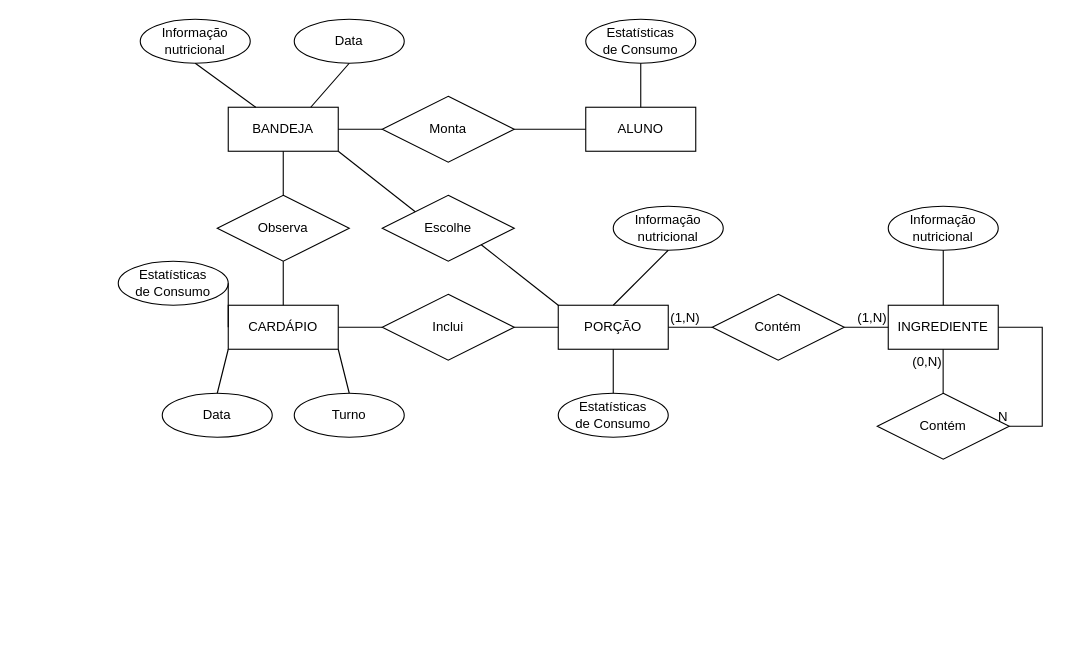
Before: lab02/extra/lab02_ER.drawio in uniaovasko/vasco, a draw.io diagram. Source tidied: cells renumbered, new cells numbered last; positions are measured from the earlier drawing's top-left corner, leaving out a move shared by most shapes. Both pictures are drawn from the tidied source at 110%, with x=0, y=0 at pixel (118, 19).
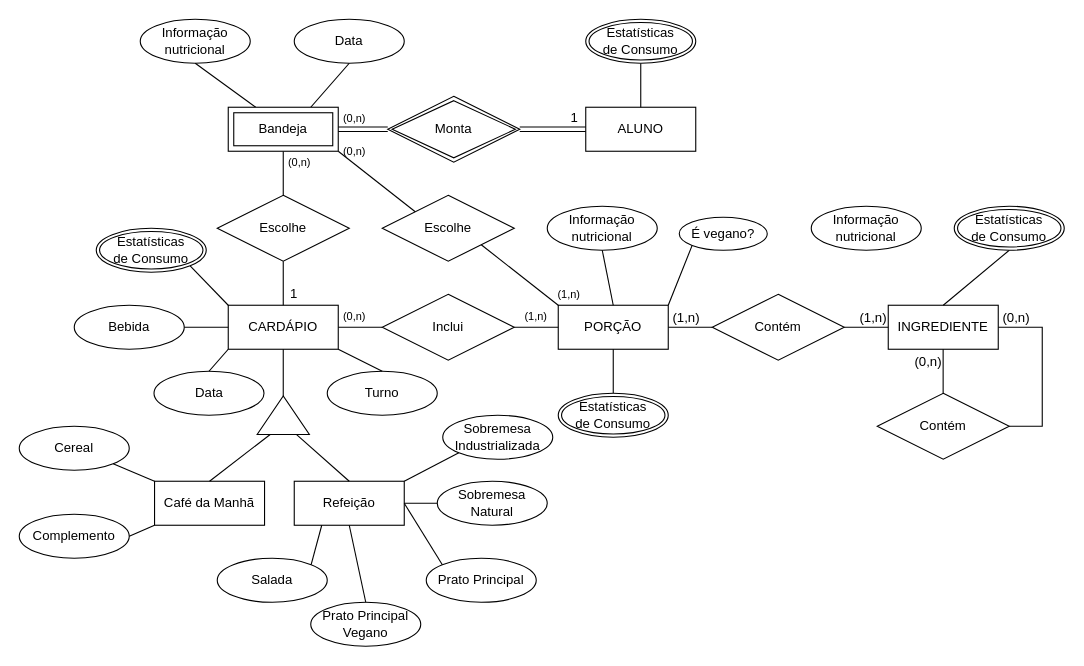
The same diagram, later.

Unchanged cells that the change refers to:
```xml
<mxCell id="2" value="CARDÁPIO" style="whiteSpace=wrap;html=1;align=center;" parent="1" vertex="1">
  <mxGeometry x="100" y="260" width="100" height="40" as="geometry" />
</mxCell>
<mxCell id="4" value="ALUNO" style="whiteSpace=wrap;html=1;align=center;" parent="1" vertex="1">
  <mxGeometry x="425" y="80" width="100" height="40" as="geometry" />
</mxCell>
<mxCell id="5" value="PORÇÃO" style="whiteSpace=wrap;html=1;align=center;" parent="1" vertex="1">
  <mxGeometry x="400" y="260" width="100" height="40" as="geometry" />
</mxCell>
<mxCell id="6" value="INGREDIENTE" style="whiteSpace=wrap;html=1;align=center;" parent="1" vertex="1">
  <mxGeometry x="700" y="260" width="100" height="40" as="geometry" />
</mxCell>
<mxCell id="8" style="endArrow=none;html=1;rounded=0;exitX=1;exitY=0.5;exitDx=0;exitDy=0;entryX=0;entryY=0.5;entryDx=0;entryDy=0;" parent="1" edge="1" source="7" target="6">
  <mxGeometry relative="1" as="geometry">
    <Array as="points">
      <mxPoint x="690" y="280" />
    </Array>
  </mxGeometry>
</mxCell>
<mxCell id="10" style="endArrow=none;html=1;rounded=0;exitX=0;exitY=0.5;exitDx=0;exitDy=0;entryX=1;entryY=0.5;entryDx=0;entryDy=0;" parent="1" edge="1" source="7" target="5">
  <mxGeometry relative="1" as="geometry" />
</mxCell>
<mxCell id="13" style="endArrow=none;html=1;rounded=0;exitX=1;exitY=0.5;exitDx=0;exitDy=0;entryX=1;entryY=0.5;entryDx=0;entryDy=0;" parent="1" edge="1" source="6" target="12">
  <mxGeometry relative="1" as="geometry">
    <Array as="points">
      <mxPoint x="840" y="280" />
      <mxPoint x="840" y="370" />
    </Array>
  </mxGeometry>
</mxCell>
<mxCell id="15" style="endArrow=none;html=1;rounded=0;exitX=0.5;exitY=0;exitDx=0;exitDy=0;entryX=0.5;entryY=1;entryDx=0;entryDy=0;" parent="1" edge="1">
  <mxGeometry relative="1" as="geometry">
    <mxPoint x="749.9" y="340" as="sourcePoint" />
    <mxPoint x="749.9" y="300" as="targetPoint" />
  </mxGeometry>
</mxCell>
<mxCell id="38" value="Escolhe" style="shape=rhombus;perimeter=rhombusPerimeter;whiteSpace=wrap;html=1;align=center;" parent="1" vertex="1">
  <mxGeometry x="240" y="160" width="120" height="60" as="geometry" />
</mxCell>
<mxCell id="43" value="Informação nutricional" style="ellipse;whiteSpace=wrap;html=1;align=center;" parent="1" vertex="1">
  <mxGeometry x="20" width="100" height="40" as="geometry" />
</mxCell>
<mxCell id="44" value="Data" style="ellipse;whiteSpace=wrap;html=1;align=center;" parent="1" vertex="1">
  <mxGeometry x="160" width="100" height="40" as="geometry" />
</mxCell>
```

Change to the diagram source:
```diff
@@
-    <mxCell id="3" value="BANDEJA" style="whiteSpace=wrap;html=1;align=center;" parent="1" vertex="1">
-      <mxGeometry x="100" y="80" width="100" height="40" as="geometry" />
-    </mxCell>
@@
-    <mxCell id="9" value="(1,N)" style="whiteSpace=wrap;align=right;verticalAlign=bottom;horizontal=1;html=1;fontSize=12;spacing=2;" parent="8" vertex="1">
+    <mxCell id="9" value="(1,n)" style="whiteSpace=wrap;align=right;verticalAlign=bottom;horizontal=1;html=1;fontSize=12;spacing=2;" parent="8" vertex="1">
       <mxGeometry relative="1" as="geometry">
         <mxPoint x="20" as="offset" />
       </mxGeometry>
     </mxCell>
@@
-    <mxCell id="11" value="(1,N)" style="html=1;whiteSpace=wrap;align=right;verticalAlign=bottom;" parent="10" vertex="1">
+    <mxCell id="11" value="(1,n)" style="html=1;whiteSpace=wrap;align=right;verticalAlign=bottom;" parent="10" vertex="1">
       <mxGeometry x="1" relative="1" as="geometry">
         <mxPoint x="30" as="offset" />
       </mxGeometry>
     </mxCell>
@@
-    <mxCell id="14" value="N" style="html=1;whiteSpace=wrap;align=right;verticalAlign=bottom;" parent="13" vertex="1">
-      <mxGeometry x="1" relative="1" as="geometry" />
+    <mxCell id="14" value="(0,n)" style="html=1;whiteSpace=wrap;align=right;verticalAlign=bottom;" parent="13" vertex="1">
+      <mxGeometry x="1" relative="1" as="geometry">
+        <mxPoint x="20" y="-90" as="offset" />
+      </mxGeometry>
     </mxCell>
@@
-    <mxCell id="16" value="(0,N)" style="html=1;whiteSpace=wrap;align=right;verticalAlign=bottom;" parent="15" vertex="1">
+    <mxCell id="16" value="(0,n)" style="html=1;whiteSpace=wrap;align=right;verticalAlign=bottom;" parent="15" vertex="1">
       <mxGeometry x="1" relative="1" as="geometry">
         <mxPoint y="20" as="offset" />
       </mxGeometry>
     </mxCell>
@@
-    <mxCell id="20" value="Observa" style="shape=rhombus;perimeter=rhombusPerimeter;whiteSpace=wrap;html=1;align=center;" parent="1" vertex="1">
-      <mxGeometry x="90" y="160" width="120" height="60" as="geometry" />
-    </mxCell>
-    <mxCell id="21" style="endArrow=none;html=1;rounded=0;exitX=0.5;exitY=1;exitDx=0;exitDy=0;entryX=0.5;entryY=0;entryDx=0;entryDy=0;" parent="1" edge="1" source="20" target="2">
-      <mxGeometry relative="1" as="geometry" />
+    <mxCell id="21" style="endArrow=none;html=1;rounded=0;exitX=0.5;exitY=1;exitDx=0;exitDy=0;entryX=0.5;entryY=0;entryDx=0;entryDy=0;" parent="1" edge="1" target="2">
+      <mxGeometry relative="1" as="geometry">
+        <mxPoint x="150" y="220" as="sourcePoint" />
+      </mxGeometry>
     </mxCell>
-    <mxCell id="22" style="endArrow=none;html=1;rounded=0;exitX=0.5;exitY=1;exitDx=0;exitDy=0;entryX=0.5;entryY=0;entryDx=0;entryDy=0;" parent="1" edge="1" source="3" target="20">
-      <mxGeometry relative="1" as="geometry" />
+    <mxCell id="22" style="endArrow=none;html=1;rounded=0;exitX=0.5;exitY=1;exitDx=0;exitDy=0;entryX=0.5;entryY=0;entryDx=0;entryDy=0;" parent="1" edge="1" source="47">
+      <mxGeometry relative="1" as="geometry">
+        <mxPoint x="150" y="160" as="targetPoint" />
+      </mxGeometry>
     </mxCell>
-    <mxCell id="23" value="Monta" style="shape=rhombus;perimeter=rhombusPerimeter;whiteSpace=wrap;html=1;align=center;" parent="1" vertex="1">
-      <mxGeometry x="240" y="70" width="120" height="60" as="geometry" />
-    </mxCell>
-    <mxCell id="24" style="endArrow=none;html=1;rounded=0;exitX=1;exitY=0.5;exitDx=0;exitDy=0;entryX=0;entryY=0.5;entryDx=0;entryDy=0;" parent="1" edge="1" source="3" target="23">
-      <mxGeometry relative="1" as="geometry" />
-    </mxCell>
-    <mxCell id="25" style="endArrow=none;html=1;rounded=0;exitX=1;exitY=0.5;exitDx=0;exitDy=0;entryX=0;entryY=0.5;entryDx=0;entryDy=0;" parent="1" edge="1" source="23" target="4">
-      <mxGeometry relative="1" as="geometry" />
-    </mxCell>
     <mxCell id="26" value="Data" style="ellipse;whiteSpace=wrap;html=1;align=center;" parent="1" vertex="1">
-      <mxGeometry x="40" y="340" width="100" height="40" as="geometry" />
+      <mxGeometry x="32.5" y="320" width="100" height="40" as="geometry" />
     </mxCell>
     <mxCell id="27" value="Turno" style="ellipse;whiteSpace=wrap;html=1;align=center;" parent="1" vertex="1">
-      <mxGeometry x="160" y="340" width="100" height="40" as="geometry" />
+      <mxGeometry x="190" y="320" width="100" height="40" as="geometry" />
     </mxCell>
-    <mxCell id="28" value="&lt;div&gt;Estatísticas&lt;/div&gt;&lt;div&gt;de Consumo&lt;br&gt;&lt;/div&gt;" style="ellipse;whiteSpace=wrap;html=1;align=center;" parent="1" vertex="1">
-      <mxGeometry y="220" width="100" height="40" as="geometry" />
-    </mxCell>
-    <mxCell id="29" value="Informação nutricional" style="ellipse;whiteSpace=wrap;html=1;align=center;" parent="1" vertex="1">
-      <mxGeometry x="700" y="170" width="100" height="40" as="geometry" />
-    </mxCell>
@@
-    <mxCell id="32" style="endArrow=none;html=1;rounded=0;exitX=0.5;exitY=0;exitDx=0;exitDy=0;entryX=0.5;entryY=1;entryDx=0;entryDy=0;" parent="1" edge="1" source="6" target="29">
+    <mxCell id="32" style="endArrow=none;html=1;rounded=0;exitX=0.5;exitY=0;exitDx=0;exitDy=0;entryX=0.5;entryY=1;entryDx=0;entryDy=0;" parent="1" edge="1" source="6" target="65">
       <mxGeometry relative="1" as="geometry" />
     </mxCell>
-    <mxCell id="33" style="endArrow=none;html=1;rounded=0;entryX=1;entryY=0.5;entryDx=0;entryDy=0;exitX=0;exitY=0.5;exitDx=0;exitDy=0;" parent="1" edge="1" source="2" target="28">
+    <mxCell id="33" style="endArrow=none;html=1;rounded=0;entryX=1;entryY=1;entryDx=0;entryDy=0;exitX=0;exitY=0;exitDx=0;exitDy=0;" parent="1" edge="1" source="2" target="62">
       <mxGeometry relative="1" as="geometry" />
     </mxCell>
     <mxCell id="34" value="Informação nutricional" style="ellipse;whiteSpace=wrap;html=1;align=center;" parent="1" vertex="1">
-      <mxGeometry x="450" y="170" width="100" height="40" as="geometry" />
+      <mxGeometry x="390" y="170" width="100" height="40" as="geometry" />
     </mxCell>
@@
-    <mxCell id="36" value="&lt;div&gt;Estatísticas&lt;/div&gt;&lt;div&gt;de Consumo&lt;br&gt;&lt;/div&gt;" style="ellipse;whiteSpace=wrap;html=1;align=center;" parent="1" vertex="1">
-      <mxGeometry x="400" y="340" width="100" height="40" as="geometry" />
-    </mxCell>
-    <mxCell id="37" style="endArrow=none;html=1;rounded=0;entryX=0.5;entryY=1;entryDx=0;entryDy=0;exitX=0.5;exitY=0;exitDx=0;exitDy=0;" parent="1" edge="1" source="36" target="5">
+    <mxCell id="37" style="endArrow=none;html=1;rounded=0;entryX=0.5;entryY=1;entryDx=0;entryDy=0;exitX=0.5;exitY=0;exitDx=0;exitDy=0;" parent="1" edge="1" source="63" target="5">
       <mxGeometry relative="1" as="geometry" />
     </mxCell>
@@
-    <mxCell id="39" style="endArrow=none;html=1;rounded=0;exitX=1;exitY=1;exitDx=0;exitDy=0;entryX=0;entryY=0;entryDx=0;entryDy=0;" parent="1" edge="1" source="3" target="38">
-      <mxGeometry relative="1" as="geometry" />
+    <mxCell id="39" style="endArrow=none;html=1;rounded=0;exitX=1;exitY=1;exitDx=0;exitDy=0;entryX=0;entryY=0;entryDx=0;entryDy=0;" parent="1" edge="1" target="38">
+      <mxGeometry relative="1" as="geometry">
+        <mxPoint x="200" y="120" as="sourcePoint" />
+      </mxGeometry>
     </mxCell>
@@
-    <mxCell id="41" value="&lt;div&gt;Estatísticas&lt;/div&gt;&lt;div&gt;de Consumo&lt;br&gt;&lt;/div&gt;" style="ellipse;whiteSpace=wrap;html=1;align=center;" parent="1" vertex="1">
-      <mxGeometry x="425" width="100" height="40" as="geometry" />
-    </mxCell>
-    <mxCell id="42" style="endArrow=none;html=1;rounded=0;exitX=0.5;exitY=0;exitDx=0;exitDy=0;entryX=0.5;entryY=1;entryDx=0;entryDy=0;" parent="1" edge="1" source="4" target="41">
+    <mxCell id="42" style="endArrow=none;html=1;rounded=0;exitX=0.5;exitY=0;exitDx=0;exitDy=0;entryX=0.5;entryY=1;entryDx=0;entryDy=0;" parent="1" edge="1" source="4" target="64">
       <mxGeometry relative="1" as="geometry" />
     </mxCell>
@@
-    <mxCell id="45" style="endArrow=none;html=1;rounded=0;exitX=0.5;exitY=1;exitDx=0;exitDy=0;entryX=0.25;entryY=0;entryDx=0;entryDy=0;" parent="1" edge="1" source="43" target="3">
-      <mxGeometry relative="1" as="geometry" />
+    <mxCell id="45" style="endArrow=none;html=1;rounded=0;exitX=0.5;exitY=1;exitDx=0;exitDy=0;entryX=0.25;entryY=0;entryDx=0;entryDy=0;" parent="1" edge="1" source="43">
+      <mxGeometry relative="1" as="geometry">
+        <mxPoint x="125" y="80" as="targetPoint" />
+      </mxGeometry>
     </mxCell>
-    <mxCell id="46" style="endArrow=none;html=1;rounded=0;exitX=0.75;exitY=0;exitDx=0;exitDy=0;entryX=0.5;entryY=1;entryDx=0;entryDy=0;" parent="1" edge="1" source="3" target="44">
-      <mxGeometry relative="1" as="geometry" />
+    <mxCell id="46" style="endArrow=none;html=1;rounded=0;exitX=0.75;exitY=0;exitDx=0;exitDy=0;entryX=0.5;entryY=1;entryDx=0;entryDy=0;" parent="1" edge="1" target="44">
+      <mxGeometry relative="1" as="geometry">
+        <mxPoint x="175" y="80" as="sourcePoint" />
+      </mxGeometry>
     </mxCell>
+    <mxCell id="47" value="Bandeja" style="shape=ext;margin=3;double=1;whiteSpace=wrap;html=1;align=center;" parent="1" vertex="1">
+      <mxGeometry x="100" y="80" width="100" height="40" as="geometry" />
+    </mxCell>
+    <mxCell id="23" value="Monta" style="shape=rhombus;double=1;perimeter=rhombusPerimeter;whiteSpace=wrap;html=1;align=center;" parent="1" vertex="1">
+      <mxGeometry x="245" y="70" width="120" height="60" as="geometry" />
+    </mxCell>
+    <mxCell id="48" value="&lt;font style=&quot;font-size: 10px;&quot;&gt;(0,n)&lt;/font&gt;" style="text;html=1;strokeColor=none;fillColor=none;align=center;verticalAlign=middle;whiteSpace=wrap;rounded=0;" parent="1" vertex="1">
+      <mxGeometry x="155" y="120" width="20" height="20" as="geometry" />
+    </mxCell>
+    <mxCell id="49" value="1" style="text;html=1;strokeColor=none;fillColor=none;align=center;verticalAlign=middle;whiteSpace=wrap;rounded=0;" parent="1" vertex="1">
+      <mxGeometry x="150" y="240" width="20" height="20" as="geometry" />
+    </mxCell>
+    <mxCell id="50" value="1" style="text;html=1;strokeColor=none;fillColor=none;align=center;verticalAlign=middle;whiteSpace=wrap;rounded=0;" parent="1" vertex="1">
+      <mxGeometry x="405" y="80" width="20" height="20" as="geometry" />
+    </mxCell>
+    <mxCell id="51" value="&lt;font style=&quot;font-size: 10px;&quot;&gt;(0,n)&lt;/font&gt;" style="text;html=1;strokeColor=none;fillColor=none;align=center;verticalAlign=middle;whiteSpace=wrap;rounded=0;" parent="1" vertex="1">
+      <mxGeometry x="200" y="80" width="30" height="20" as="geometry" />
+    </mxCell>
+    <mxCell id="52" value="&lt;font style=&quot;font-size: 10px;&quot;&gt;(1,n)&lt;/font&gt;" style="text;html=1;strokeColor=none;fillColor=none;align=center;verticalAlign=middle;whiteSpace=wrap;rounded=0;" parent="1" vertex="1">
+      <mxGeometry x="395" y="240" width="30" height="20" as="geometry" />
+    </mxCell>
+    <mxCell id="53" value="&lt;font style=&quot;font-size: 10px;&quot;&gt;(0,n)&lt;/font&gt;" style="text;html=1;strokeColor=none;fillColor=none;align=center;verticalAlign=middle;whiteSpace=wrap;rounded=0;" parent="1" vertex="1">
+      <mxGeometry x="200" y="110" width="30" height="20" as="geometry" />
+    </mxCell>
+    <mxCell id="54" value="&lt;font style=&quot;font-size: 10px;&quot;&gt;(1,n)&lt;/font&gt;" style="text;html=1;strokeColor=none;fillColor=none;align=center;verticalAlign=middle;whiteSpace=wrap;rounded=0;" parent="1" vertex="1">
+      <mxGeometry x="365" y="260" width="30" height="20" as="geometry" />
+    </mxCell>
+    <mxCell id="55" value="&lt;div&gt;&lt;font style=&quot;font-size: 10px;&quot;&gt;(0,n)&lt;/font&gt;&lt;/div&gt;" style="text;html=1;strokeColor=none;fillColor=none;align=center;verticalAlign=middle;whiteSpace=wrap;rounded=0;" parent="1" vertex="1">
+      <mxGeometry x="200" y="260" width="30" height="20" as="geometry" />
+    </mxCell>
+    <mxCell id="56" style="triangle;whiteSpace=wrap;html=1;rotation=-90;" parent="1" vertex="1">
+      <mxGeometry x="132.5" y="336.2" width="35" height="47.5" as="geometry" />
+    </mxCell>
+    <mxCell id="57" value="Café da Manhã" style="whiteSpace=wrap;html=1;align=center;" parent="1" vertex="1">
+      <mxGeometry x="33" y="420" width="100" height="40" as="geometry" />
+    </mxCell>
+    <mxCell id="58" value="Refeição" style="whiteSpace=wrap;html=1;align=center;" parent="1" vertex="1">
+      <mxGeometry x="160" y="420" width="100" height="40" as="geometry" />
+    </mxCell>
+    <mxCell id="59" style="endArrow=none;html=1;rounded=0;exitX=0.5;exitY=0;exitDx=0;exitDy=0;entryX=0;entryY=0.25;entryDx=0;entryDy=0;" parent="1" edge="1" source="57" target="56">
+      <mxGeometry relative="1" as="geometry" />
+    </mxCell>
+    <mxCell id="60" style="endArrow=none;html=1;rounded=0;exitX=0;exitY=0.75;exitDx=0;exitDy=0;entryX=0.5;entryY=0;entryDx=0;entryDy=0;" parent="1" edge="1" source="56" target="58">
+      <mxGeometry relative="1" as="geometry" />
+    </mxCell>
+    <mxCell id="61" style="endArrow=none;html=1;rounded=0;entryX=0.5;entryY=1;entryDx=0;entryDy=0;exitX=1;exitY=0.5;exitDx=0;exitDy=0;" parent="1" edge="1" source="56" target="2">
+      <mxGeometry relative="1" as="geometry" />
+    </mxCell>
+    <mxCell id="62" value="&lt;div&gt;Estatísticas&lt;/div&gt;&lt;div&gt;de Consumo&lt;br&gt;&lt;/div&gt;" style="ellipse;shape=doubleEllipse;margin=3;whiteSpace=wrap;html=1;align=center;" parent="1" vertex="1">
+      <mxGeometry x="-20" y="190" width="100" height="40" as="geometry" />
+    </mxCell>
+    <mxCell id="63" value="&lt;div&gt;Estatísticas&lt;/div&gt;&lt;div&gt;de Consumo&lt;br&gt;&lt;/div&gt;" style="ellipse;shape=doubleEllipse;margin=3;whiteSpace=wrap;html=1;align=center;" parent="1" vertex="1">
+      <mxGeometry x="400" y="340" width="100" height="40" as="geometry" />
+    </mxCell>
+    <mxCell id="64" value="&lt;div&gt;Estatísticas&lt;/div&gt;&lt;div&gt;de Consumo&lt;br&gt;&lt;/div&gt;" style="ellipse;shape=doubleEllipse;margin=3;whiteSpace=wrap;html=1;align=center;" parent="1" vertex="1">
+      <mxGeometry x="425" width="100" height="40" as="geometry" />
+    </mxCell>
+    <mxCell id="65" value="&lt;div&gt;Estatísticas&lt;/div&gt;&lt;div&gt;de Consumo&lt;br&gt;&lt;/div&gt;" style="ellipse;shape=doubleEllipse;margin=3;whiteSpace=wrap;html=1;align=center;" parent="1" vertex="1">
+      <mxGeometry x="760" y="170" width="100" height="40" as="geometry" />
+    </mxCell>
+    <mxCell id="66" value="É vegano?" style="ellipse;whiteSpace=wrap;html=1;align=center;" parent="1" vertex="1">
+      <mxGeometry x="510" y="180" width="80" height="30" as="geometry" />
+    </mxCell>
+    <mxCell id="67" style="endArrow=none;html=1;rounded=0;exitX=1;exitY=0;exitDx=0;exitDy=0;entryX=0;entryY=1;entryDx=0;entryDy=0;" parent="1" edge="1" source="5" target="66">
+      <mxGeometry relative="1" as="geometry" />
+    </mxCell>
+    <mxCell id="68" value="Escolhe" style="shape=rhombus;perimeter=rhombusPerimeter;whiteSpace=wrap;html=1;align=center;" parent="1" vertex="1">
+      <mxGeometry x="90" y="160" width="120" height="60" as="geometry" />
+    </mxCell>
+    <mxCell id="69" style="shape=link;html=1;rounded=0;exitX=1;exitY=0.5;exitDx=0;exitDy=0;entryX=0;entryY=0.5;entryDx=0;entryDy=0;" parent="1" edge="1" source="47" target="23">
+      <mxGeometry relative="1" as="geometry" />
+    </mxCell>
+    <mxCell id="25" style="shape=link;html=1;rounded=0;exitX=1;exitY=0.5;exitDx=0;exitDy=0;entryX=0;entryY=0.5;entryDx=0;entryDy=0;" parent="1" edge="1" source="23" target="4">
+      <mxGeometry relative="1" as="geometry" />
+    </mxCell>
+    <mxCell id="70" value="Complemento" style="ellipse;whiteSpace=wrap;html=1;align=center;" parent="1" vertex="1">
+      <mxGeometry x="-90" y="450" width="100" height="40" as="geometry" />
+    </mxCell>
+    <mxCell id="71" value="Sobremesa Industrializada" style="ellipse;whiteSpace=wrap;html=1;align=center;" parent="1" vertex="1">
+      <mxGeometry x="295" y="360" width="100" height="40" as="geometry" />
+    </mxCell>
+    <mxCell id="72" value="Bebida" style="ellipse;whiteSpace=wrap;html=1;align=center;" parent="1" vertex="1">
+      <mxGeometry x="-40" y="260" width="100" height="40" as="geometry" />
+    </mxCell>
+    <mxCell id="73" value="Cereal" style="ellipse;whiteSpace=wrap;html=1;align=center;" parent="1" vertex="1">
+      <mxGeometry x="-90" y="370" width="100" height="40" as="geometry" />
+    </mxCell>
+    <mxCell id="74" style="endArrow=none;html=1;rounded=0;exitX=1;exitY=1;exitDx=0;exitDy=0;entryX=0;entryY=0;entryDx=0;entryDy=0;" parent="1" edge="1" source="73" target="57">
+      <mxGeometry relative="1" as="geometry" />
+    </mxCell>
+    <mxCell id="75" style="endArrow=none;html=1;rounded=0;entryX=0;entryY=1;entryDx=0;entryDy=0;exitX=1;exitY=0.5;exitDx=0;exitDy=0;" parent="1" edge="1" source="70" target="57">
+      <mxGeometry relative="1" as="geometry" />
+    </mxCell>
+    <mxCell id="76" style="endArrow=none;html=1;rounded=0;exitX=1;exitY=0.5;exitDx=0;exitDy=0;entryX=0;entryY=0.5;entryDx=0;entryDy=0;" parent="1" edge="1" source="72" target="2">
+      <mxGeometry relative="1" as="geometry" />
+    </mxCell>
+    <mxCell id="77" value="Prato Principal" style="ellipse;whiteSpace=wrap;html=1;align=center;" parent="1" vertex="1">
+      <mxGeometry x="280" y="490" width="100" height="40" as="geometry" />
+    </mxCell>
+    <mxCell id="78" value="Prato Principal Vegano" style="ellipse;whiteSpace=wrap;html=1;align=center;" parent="1" vertex="1">
+      <mxGeometry x="175" y="530" width="100" height="40" as="geometry" />
+    </mxCell>
+    <mxCell id="79" style="endArrow=none;html=1;rounded=0;exitX=1;exitY=0.5;exitDx=0;exitDy=0;entryX=0;entryY=0;entryDx=0;entryDy=0;" parent="1" edge="1" source="58" target="77">
+      <mxGeometry relative="1" as="geometry" />
+    </mxCell>
+    <mxCell id="80" style="endArrow=none;html=1;rounded=0;exitX=0.5;exitY=1;exitDx=0;exitDy=0;entryX=0.5;entryY=0;entryDx=0;entryDy=0;" parent="1" edge="1" source="58" target="78">
+      <mxGeometry relative="1" as="geometry" />
+    </mxCell>
+    <mxCell id="81" style="endArrow=none;html=1;rounded=0;entryX=0;entryY=1;entryDx=0;entryDy=0;exitX=1;exitY=0;exitDx=0;exitDy=0;" parent="1" edge="1" source="58" target="71">
+      <mxGeometry relative="1" as="geometry" />
+    </mxCell>
+    <mxCell id="82" value="Sobremesa Natural" style="ellipse;whiteSpace=wrap;html=1;align=center;" parent="1" vertex="1">
+      <mxGeometry x="290" y="420" width="100" height="40" as="geometry" />
+    </mxCell>
+    <mxCell id="83" style="endArrow=none;html=1;rounded=0;exitX=1;exitY=0.5;exitDx=0;exitDy=0;entryX=0;entryY=0.5;entryDx=0;entryDy=0;" parent="1" edge="1" source="58" target="82">
+      <mxGeometry relative="1" as="geometry" />
+    </mxCell>
+    <mxCell id="84" value="Salada" style="ellipse;whiteSpace=wrap;html=1;align=center;" parent="1" vertex="1">
+      <mxGeometry x="90" y="490" width="100" height="40" as="geometry" />
+    </mxCell>
+    <mxCell id="85" style="endArrow=none;html=1;rounded=0;exitX=1;exitY=0;exitDx=0;exitDy=0;entryX=0.25;entryY=1;entryDx=0;entryDy=0;" parent="1" edge="1" source="84" target="58">
+      <mxGeometry relative="1" as="geometry" />
+    </mxCell>
+    <mxCell id="29" value="Informação nutricional" style="ellipse;whiteSpace=wrap;html=1;align=center;" parent="1" vertex="1">
+      <mxGeometry x="630" y="170" width="100" height="40" as="geometry" />
+    </mxCell>
```
